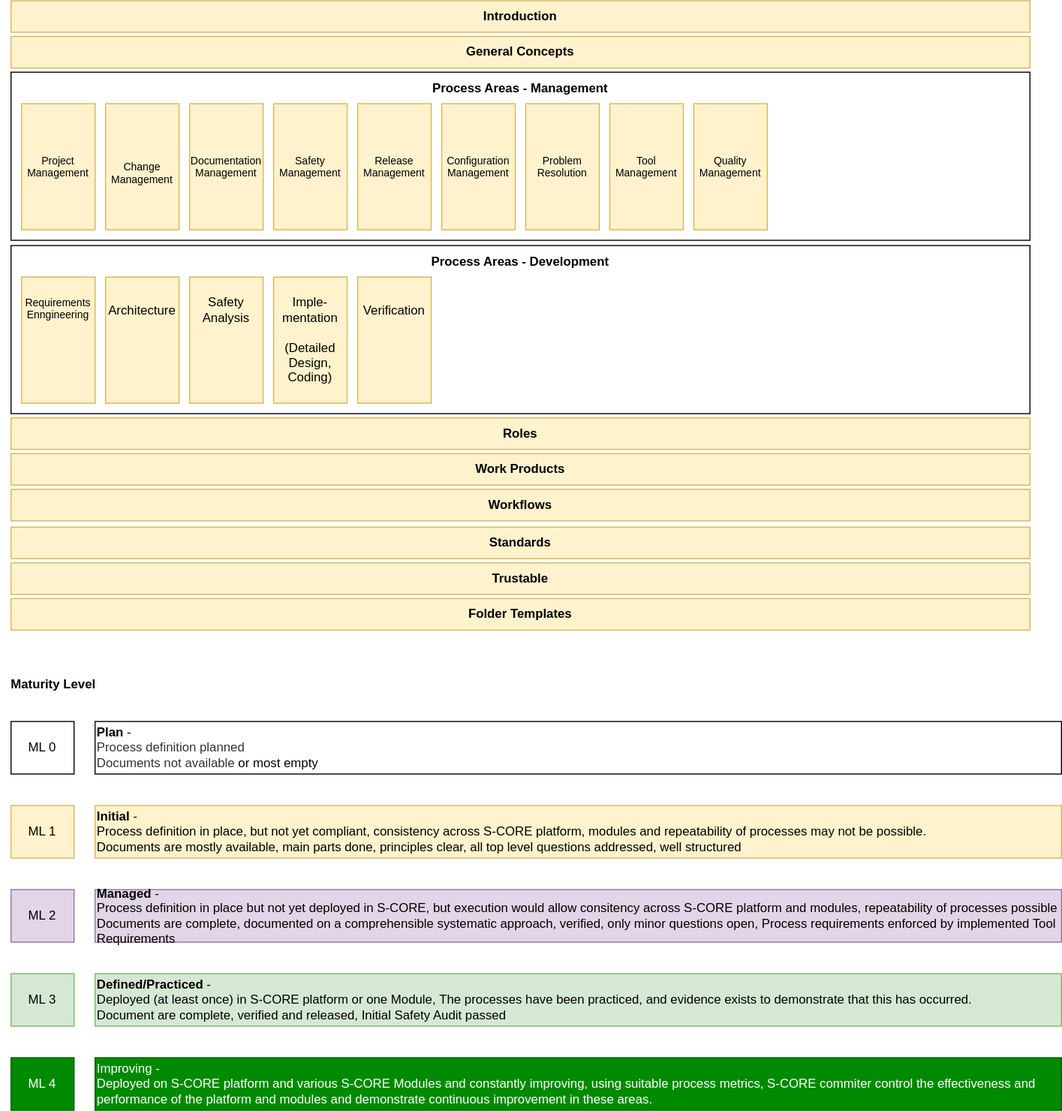
The draw.io diagram main/_images/score_process_area_overview.drawio.svg in eclipse-score/process_description, before a commit. Source tidied: cells renumbered, new cells last; positions are measured from the earlier drawing's top-left corner, leaving out a move shared by most shapes.
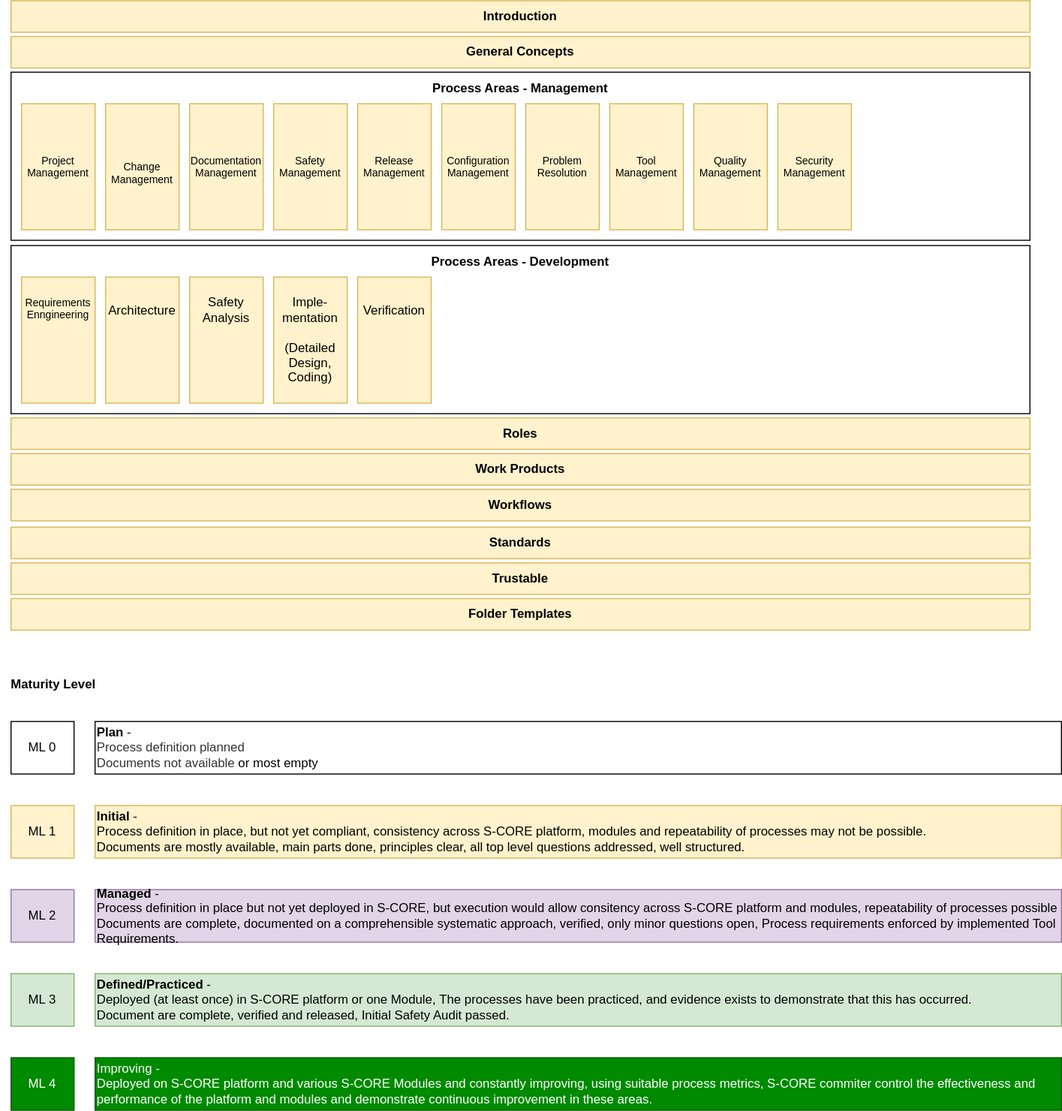
The same diagram one commit later.

What changed in the source:
```diff
@@ -86,13 +86,13 @@
     <mxCell id="29" value="&lt;b&gt;Plan&lt;/b&gt; -&amp;nbsp;&lt;br&gt;&lt;span style=&quot;color: rgb(51, 51, 51);&quot;&gt;Process definition&amp;nbsp;planned&lt;br&gt;Documents not available&amp;nbsp;&lt;/span&gt;or most empty" style="rounded=0;whiteSpace=wrap;html=1;align=left;" parent="1" vertex="1">
       <mxGeometry x="90" y="686" width="920" height="50" as="geometry" />
     </mxCell>
-    <mxCell id="30" value="&lt;b&gt;Initial&lt;/b&gt; -&amp;nbsp;&lt;br&gt;&lt;span style=&quot;background-color: initial;&quot;&gt;Process definition in&amp;nbsp;&lt;/span&gt;&lt;span style=&quot;background-color: initial;&quot;&gt;place, but not yet compliant,&amp;nbsp;&lt;/span&gt;&lt;span style=&quot;text-align: center;&quot;&gt;consistency across S-CORE platform, modules and repeatability of processes may not be possible.&lt;br&gt;Documents are mostly available, main parts done, principles clear, all top level questions addressed, well structured&lt;br&gt;&lt;/span&gt;" style="rounded=0;whiteSpace=wrap;html=1;fillColor=#fff2cc;strokeColor=#d6b656;align=left;" parent="1" vertex="1">
+    <mxCell id="30" value="&lt;b&gt;Initial&lt;/b&gt; -&amp;nbsp;&lt;br&gt;&lt;span style=&quot;background-color: initial;&quot;&gt;Process definition in&amp;nbsp;&lt;/span&gt;&lt;span style=&quot;background-color: initial;&quot;&gt;place, but not yet compliant,&amp;nbsp;&lt;/span&gt;&lt;span style=&quot;text-align: center;&quot;&gt;consistency across S-CORE platform, modules and repeatability of processes may not be possible.&lt;br&gt;Documents are mostly available, main parts done, principles clear, all top level questions addressed, well structured.&lt;br&gt;&lt;/span&gt;" style="rounded=0;whiteSpace=wrap;html=1;fillColor=#fff2cc;strokeColor=#d6b656;align=left;" parent="1" vertex="1">
       <mxGeometry x="90" y="766" width="920" height="50" as="geometry" />
     </mxCell>
-    <mxCell id="31" value="&lt;b&gt;Managed&lt;/b&gt; -&lt;br&gt;&lt;span style=&quot;color: rgb(0, 0, 0); background-color: initial;&quot;&gt;Process definition in place but not&amp;nbsp;&lt;/span&gt;&lt;span style=&quot;color: rgb(0, 0, 0); background-color: initial;&quot;&gt;yet deployed in S-CORE, but&amp;nbsp;&lt;/span&gt;&lt;span style=&quot;text-align: center;&quot;&gt;execution would allow consitency across S-CORE platform and modules, repeatability of processes possible&lt;br&gt;Documents are complete, documented on a comprehensible systematic approach, verified, only minor questions open, Process requirements enforced by implemented Tool Requirements&amp;nbsp;&lt;br&gt;&lt;/span&gt;" style="rounded=0;whiteSpace=wrap;html=1;fillColor=#e1d5e7;strokeColor=#9673a6;align=left;" parent="1" vertex="1">
+    <mxCell id="31" value="&lt;b&gt;Managed&lt;/b&gt; -&lt;br&gt;&lt;span style=&quot;color: rgb(0, 0, 0); background-color: initial;&quot;&gt;Process definition in place but not&amp;nbsp;&lt;/span&gt;&lt;span style=&quot;color: rgb(0, 0, 0); background-color: initial;&quot;&gt;yet deployed in S-CORE, but&amp;nbsp;&lt;/span&gt;&lt;span style=&quot;text-align: center;&quot;&gt;execution would allow consitency across S-CORE platform and modules, repeatability of processes possible&lt;br&gt;Documents are complete, documented on a comprehensible systematic approach, verified, only minor questions open, Process requirements enforced by implemented Tool Requirements.&lt;br&gt;&lt;/span&gt;" style="rounded=0;whiteSpace=wrap;html=1;fillColor=#e1d5e7;strokeColor=#9673a6;align=left;" parent="1" vertex="1">
       <mxGeometry x="90" y="846" width="920" height="50" as="geometry" />
     </mxCell>
-    <mxCell id="32" value="&lt;b&gt;Defined/Practiced&lt;/b&gt; -&amp;nbsp;&lt;br&gt;&lt;span style=&quot;color: rgb(0, 0, 0); background-color: initial;&quot;&gt;Deployed (at least once) in S-CORE platform or one Module,&amp;nbsp;&lt;/span&gt;&lt;span style=&quot;text-align: center;&quot;&gt;&lt;font color=&quot;#000000&quot;&gt;The processes have been practiced, and evidence exists to demonstrate that this has occurred.&amp;nbsp;&lt;/font&gt;&lt;br&gt;&lt;font color=&quot;#000000&quot;&gt;Document are complete, verified and released, Initial Safety Audit passed&lt;/font&gt;&lt;br&gt;&lt;/span&gt;" style="rounded=0;whiteSpace=wrap;html=1;fillColor=#d5e8d4;strokeColor=#82b366;align=left;" parent="1" vertex="1">
+    <mxCell id="32" value="&lt;b&gt;Defined/Practiced&lt;/b&gt; -&amp;nbsp;&lt;br&gt;&lt;span style=&quot;color: rgb(0, 0, 0); background-color: initial;&quot;&gt;Deployed (at least once) in S-CORE platform or one Module,&amp;nbsp;&lt;/span&gt;&lt;span style=&quot;text-align: center;&quot;&gt;&lt;font color=&quot;#000000&quot;&gt;The processes have been practiced, and evidence exists to demonstrate that this has occurred.&amp;nbsp;&lt;/font&gt;&lt;br&gt;&lt;font color=&quot;#000000&quot;&gt;Document are complete, verified and released, Initial Safety Audit passed.&lt;/font&gt;&lt;br&gt;&lt;/span&gt;" style="rounded=0;whiteSpace=wrap;html=1;fillColor=#d5e8d4;strokeColor=#82b366;align=left;" parent="1" vertex="1">
       <mxGeometry x="90" y="926" width="920" height="50" as="geometry" />
     </mxCell>
     <mxCell id="33" value="Improving -&amp;nbsp;&lt;br&gt;&lt;span style=&quot;background-color: initial;&quot;&gt;Deployed on S-CORE platform and various S-CORE Modules and&amp;nbsp;&lt;/span&gt;&lt;span style=&quot;background-color: initial;&quot;&gt;constantly improving, u&lt;/span&gt;&lt;span style=&quot;text-align: center;&quot;&gt;sing suitable process metrics, S-CORE commiter control the effectiveness and performance of the platform and modules and demonstrate continuous improvement in these areas.&lt;/span&gt;" style="rounded=0;whiteSpace=wrap;html=1;fillColor=#008a00;strokeColor=#005700;fontColor=#FFFFFF;align=left;" parent="1" vertex="1">
@@ -107,5 +107,8 @@
     <mxCell id="36" value="&lt;span style=&quot;&quot;&gt;Folder Templates&lt;/span&gt;" style="rounded=0;whiteSpace=wrap;html=1;fontStyle=1;fillColor=#fff2cc;strokeColor=#d6b656;" parent="1" vertex="1">
       <mxGeometry x="10" y="569" width="970" height="30" as="geometry" />
     </mxCell>
+    <mxCell id="37" value="Security&lt;br style=&quot;font-size: 10px;&quot;&gt;Management" style="rounded=0;whiteSpace=wrap;html=1;fontSize=10;fillColor=#fff2cc;strokeColor=#d6b656;" parent="1" vertex="1">
+      <mxGeometry x="740" y="98" width="70" height="120" as="geometry" />
+    </mxCell>
   </root>
 </mxGraphModel>
```
